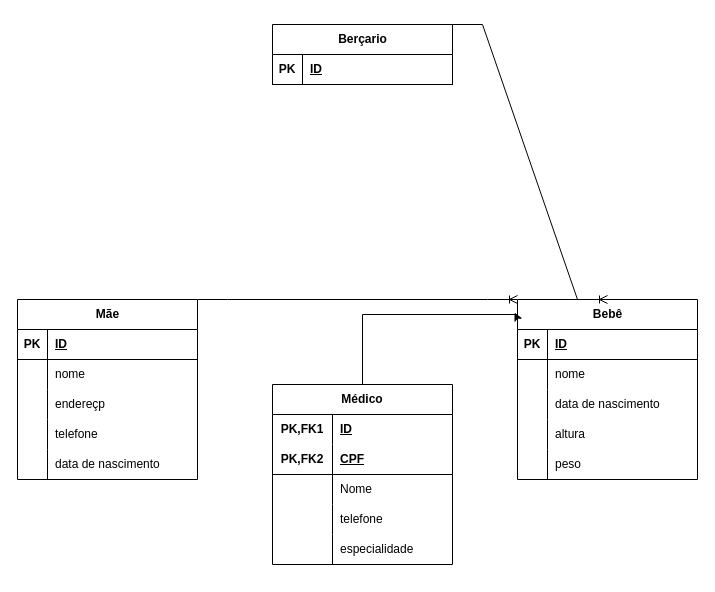
Earlier version of the draw.io diagram Berçario2.drawio (DarkDuck-VJ/BancoDados). Source tidied: cells renumbered, new cells numbered last; positions are measured from the earlier drawing's top-left corner, leaving out a move shared by most shapes. Both pictures are drawn from the tidied source at 100%, with x=0, y=0 at pixel (17, 24).
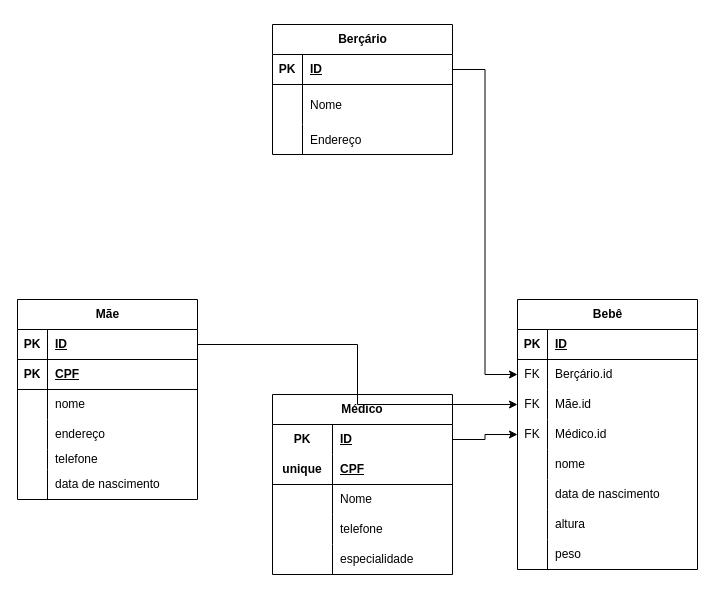
After the change.

The change refers to these unchanged cells:
```xml
<mxCell id="3" style="shape=tableRow;horizontal=0;startSize=0;swimlaneHead=0;swimlaneBody=0;fillColor=none;points=[[0,0.5],[1,0.5]];portConstraint=eastwest;top=0;left=0;right=0;bottom=1;" parent="2" vertex="1">
  <mxGeometry y="30" width="180" height="30" as="geometry" />
</mxCell>
<mxCell id="24" style="shape=tableRow;horizontal=0;startSize=0;swimlaneHead=0;swimlaneBody=0;fillColor=none;points=[[0,0.5],[1,0.5]];portConstraint=eastwest;top=0;left=0;right=0;bottom=1;" parent="23" vertex="1">
  <mxGeometry y="30" width="180" height="30" as="geometry" />
</mxCell>
<mxCell id="42" style="shape=tableRow;horizontal=0;startSize=0;swimlaneHead=0;swimlaneBody=0;fillColor=none;points=[[0,0.5],[1,0.5]];portConstraint=eastwest;top=0;left=0;right=0;bottom=0;html=1;" parent="41" vertex="1">
  <mxGeometry y="30" width="180" height="30" as="geometry" />
</mxCell>
<mxCell id="45" style="shape=tableRow;horizontal=0;startSize=0;swimlaneHead=0;swimlaneBody=0;fillColor=none;top=0;left=0;right=0;bottom=1;html=1;" parent="41" vertex="1">
  <mxGeometry y="60" width="180" height="30" as="geometry" />
</mxCell>
```

What changed in the source:
```diff
@@
-    <mxCell id="2" value="Berçario" style="shape=table;startSize=30;childLayout=tableLayout;rowLines=0;fontStyle=1;align=center;html=1;" parent="1" vertex="1">
-      <mxGeometry x="255" width="180" height="60" as="geometry" />
+    <mxCell id="2" value="Berçário" style="shape=table;startSize=30;childLayout=tableLayout;rowLines=0;fontStyle=1;align=center;html=1;" parent="1" vertex="1">
+      <mxGeometry x="255" width="180" height="130" as="geometry" />
     </mxCell>
@@
+    <mxCell id="57" style="shape=tableRow;horizontal=0;startSize=0;swimlaneHead=0;swimlaneBody=0;fillColor=none;top=0;left=0;right=0;bottom=0;" parent="2" vertex="1">
+      <mxGeometry y="60" width="180" height="40" as="geometry" />
+    </mxCell>
+    <mxCell id="58" style="shape=partialRectangle;fillColor=none;top=0;left=0;bottom=0;right=0;overflow=hidden;" parent="57" vertex="1">
+      <mxGeometry width="30" height="40" as="geometry" />
+    </mxCell>
+    <mxCell id="59" value="Nome" style="shape=partialRectangle;fillColor=none;top=0;left=0;bottom=0;right=0;align=left;spacingLeft=6;overflow=hidden;" parent="57" vertex="1">
+      <mxGeometry x="30" width="150" height="40" as="geometry" />
+    </mxCell>
+    <mxCell id="60" style="shape=tableRow;horizontal=0;startSize=0;swimlaneHead=0;swimlaneBody=0;fillColor=none;top=0;left=0;right=0;bottom=0;" parent="2" vertex="1">
+      <mxGeometry y="100" width="180" height="30" as="geometry" />
+    </mxCell>
+    <mxCell id="61" style="shape=partialRectangle;fillColor=none;top=0;left=0;bottom=0;right=0;overflow=hidden;" parent="60" vertex="1">
+      <mxGeometry width="30" height="30" as="geometry" />
+    </mxCell>
+    <mxCell id="62" value="Endereço" style="shape=partialRectangle;fillColor=none;top=0;left=0;bottom=0;right=0;align=left;spacingLeft=6;overflow=hidden;" parent="60" vertex="1">
+      <mxGeometry x="30" width="150" height="30" as="geometry" />
+    </mxCell>
     <mxCell id="6" value="Bebê" style="shape=table;startSize=30;childLayout=tableLayout;rowLines=0;fontStyle=1;align=center;html=1;" parent="1" vertex="1">
-      <mxGeometry x="500" y="275" width="180" height="180" as="geometry" />
+      <mxGeometry x="500" y="275" width="180" height="270" as="geometry" />
     </mxCell>
@@
+    <mxCell id="63" style="shape=tableRow;horizontal=0;startSize=0;swimlaneHead=0;swimlaneBody=0;fillColor=none;points=[[0,0.5],[1,0.5]];portConstraint=eastwest;top=0;left=0;right=0;bottom=0;" parent="6" vertex="1">
+      <mxGeometry y="60" width="180" height="30" as="geometry" />
+    </mxCell>
+    <mxCell id="64" value="FK" style="shape=partialRectangle;fillColor=none;top=0;left=0;bottom=0;right=0;fontStyle=0;overflow=hidden;whiteSpace=wrap;html=1;" parent="63" vertex="1">
+      <mxGeometry width="30" height="30" as="geometry" />
+    </mxCell>
+    <mxCell id="65" value="Berçário.id" style="shape=partialRectangle;fillColor=none;top=0;left=0;bottom=0;right=0;align=left;spacingLeft=6;fontStyle=0;overflow=hidden;whiteSpace=wrap;html=1;" parent="63" vertex="1">
+      <mxGeometry x="30" width="150" height="30" as="geometry" />
+    </mxCell>
+    <mxCell id="66" style="shape=tableRow;horizontal=0;startSize=0;swimlaneHead=0;swimlaneBody=0;fillColor=none;points=[[0,0.5],[1,0.5]];portConstraint=eastwest;top=0;left=0;right=0;bottom=0;" parent="6" vertex="1">
+      <mxGeometry y="90" width="180" height="30" as="geometry" />
+    </mxCell>
+    <mxCell id="67" value="FK" style="shape=partialRectangle;fillColor=none;top=0;left=0;bottom=0;right=0;fontStyle=0;overflow=hidden;whiteSpace=wrap;html=1;" parent="66" vertex="1">
+      <mxGeometry width="30" height="30" as="geometry" />
+    </mxCell>
+    <mxCell id="68" value="Mãe.id" style="shape=partialRectangle;fillColor=none;top=0;left=0;bottom=0;right=0;align=left;spacingLeft=6;fontStyle=0;overflow=hidden;whiteSpace=wrap;html=1;" parent="66" vertex="1">
+      <mxGeometry x="30" width="150" height="30" as="geometry" />
+    </mxCell>
+    <mxCell id="69" style="shape=tableRow;horizontal=0;startSize=0;swimlaneHead=0;swimlaneBody=0;fillColor=none;points=[[0,0.5],[1,0.5]];portConstraint=eastwest;top=0;left=0;right=0;bottom=0;" parent="6" vertex="1">
+      <mxGeometry y="120" width="180" height="30" as="geometry" />
+    </mxCell>
+    <mxCell id="70" value="FK" style="shape=partialRectangle;fillColor=none;top=0;left=0;bottom=0;right=0;fontStyle=0;overflow=hidden;whiteSpace=wrap;html=1;" parent="69" vertex="1">
+      <mxGeometry width="30" height="30" as="geometry" />
+    </mxCell>
+    <mxCell id="71" value="Médico.id" style="shape=partialRectangle;fillColor=none;top=0;left=0;bottom=0;right=0;align=left;spacingLeft=6;fontStyle=0;overflow=hidden;whiteSpace=wrap;html=1;" parent="69" vertex="1">
+      <mxGeometry x="30" width="150" height="30" as="geometry" />
+    </mxCell>
     <mxCell id="10" style="shape=tableRow;horizontal=0;startSize=0;swimlaneHead=0;swimlaneBody=0;fillColor=none;top=0;left=0;right=0;bottom=0;" parent="6" vertex="1">
-      <mxGeometry y="60" width="180" height="30" as="geometry" />
+      <mxGeometry y="150" width="180" height="30" as="geometry" />
     </mxCell>
@@
     <mxCell id="13" style="shape=tableRow;horizontal=0;startSize=0;swimlaneHead=0;swimlaneBody=0;fillColor=none;top=0;left=0;right=0;bottom=0;" parent="6" vertex="1">
-      <mxGeometry y="90" width="180" height="30" as="geometry" />
+      <mxGeometry y="180" width="180" height="30" as="geometry" />
     </mxCell>
@@
     <mxCell id="16" style="shape=tableRow;horizontal=0;startSize=0;swimlaneHead=0;swimlaneBody=0;fillColor=none;top=0;left=0;right=0;bottom=0;" parent="6" vertex="1">
-      <mxGeometry y="120" width="180" height="30" as="geometry" />
+      <mxGeometry y="210" width="180" height="30" as="geometry" />
     </mxCell>
@@
     <mxCell id="19" style="shape=tableRow;horizontal=0;startSize=0;swimlaneHead=0;swimlaneBody=0;fillColor=none;top=0;left=0;right=0;bottom=0;" parent="6" vertex="1">
-      <mxGeometry y="150" width="180" height="30" as="geometry" />
+      <mxGeometry y="240" width="180" height="30" as="geometry" />
     </mxCell>
@@
-    <mxCell id="22" style="edgeStyle=entityRelationEdgeStyle;fontSize=12;html=1;endArrow=ERoneToMany;rounded=0;exitX=1;exitY=0;exitDx=0;exitDy=0;entryX=0.5;entryY=0;entryDx=0;entryDy=0;" parent="1" edge="1" source="2" target="6">
-      <mxGeometry relative="1" as="geometry">
-        <Array as="points">
-          <mxPoint x="630" y="60" />
-          <mxPoint x="570" y="250" />
-          <mxPoint x="520" y="210" />
-        </Array>
-      </mxGeometry>
-    </mxCell>
     <mxCell id="23" value="Mãe" style="shape=table;startSize=30;childLayout=tableLayout;rowLines=0;fontStyle=1;align=center;html=1;" parent="1" vertex="1">
-      <mxGeometry y="275" width="180" height="180" as="geometry" />
+      <mxGeometry y="275" width="180" height="200" as="geometry" />
     </mxCell>
@@
+    <mxCell id="72" style="shape=tableRow;horizontal=0;startSize=0;swimlaneHead=0;swimlaneBody=0;fillColor=none;top=0;left=0;right=0;bottom=1;" parent="23" vertex="1">
+      <mxGeometry y="60" width="180" height="30" as="geometry" />
+    </mxCell>
+    <mxCell id="73" value="PK" style="shape=partialRectangle;fillColor=none;top=0;left=0;bottom=0;right=0;fontStyle=1;overflow=hidden;whiteSpace=wrap;html=1;" parent="72" vertex="1">
+      <mxGeometry width="30" height="30" as="geometry" />
+    </mxCell>
+    <mxCell id="74" value="CPF" style="shape=partialRectangle;fillColor=none;top=0;left=0;bottom=0;right=0;align=left;spacingLeft=6;fontStyle=5;overflow=hidden;whiteSpace=wrap;html=1;" parent="72" vertex="1">
+      <mxGeometry x="30" width="150" height="30" as="geometry" />
+    </mxCell>
     <mxCell id="27" style="shape=tableRow;horizontal=0;startSize=0;swimlaneHead=0;swimlaneBody=0;fillColor=none;top=0;left=0;right=0;bottom=0;" parent="23" vertex="1">
-      <mxGeometry y="60" width="180" height="30" as="geometry" />
+      <mxGeometry y="90" width="180" height="30" as="geometry" />
     </mxCell>
@@
     <mxCell id="30" style="shape=tableRow;horizontal=0;startSize=0;swimlaneHead=0;swimlaneBody=0;fillColor=none;top=0;left=0;right=0;bottom=0;" parent="23" vertex="1">
-      <mxGeometry y="90" width="180" height="30" as="geometry" />
+      <mxGeometry y="120" width="180" height="30" as="geometry" />
     </mxCell>
@@
-    <mxCell id="32" value="endereçp" style="shape=partialRectangle;fillColor=none;top=0;left=0;bottom=0;right=0;align=left;spacingLeft=6;overflow=hidden;whiteSpace=wrap;html=1;" parent="30" vertex="1">
+    <mxCell id="32" value="endereço" style="shape=partialRectangle;fillColor=none;top=0;left=0;bottom=0;right=0;align=left;spacingLeft=6;overflow=hidden;whiteSpace=wrap;html=1;" parent="30" vertex="1">
       <mxGeometry x="30" width="150" height="30" as="geometry" />
     </mxCell>
     <mxCell id="33" style="shape=tableRow;horizontal=0;startSize=0;swimlaneHead=0;swimlaneBody=0;fillColor=none;top=0;left=0;right=0;bottom=0;" parent="23" vertex="1">
-      <mxGeometry y="120" width="180" height="30" as="geometry" />
+      <mxGeometry y="150" width="180" height="20" as="geometry" />
     </mxCell>
     <mxCell id="34" style="shape=partialRectangle;fillColor=none;top=0;left=0;bottom=0;right=0;overflow=hidden;whiteSpace=wrap;html=1;" parent="33" vertex="1">
-      <mxGeometry width="30" height="30" as="geometry" />
+      <mxGeometry width="30" height="20" as="geometry" />
     </mxCell>
     <mxCell id="35" value="telefone" style="shape=partialRectangle;fillColor=none;top=0;left=0;bottom=0;right=0;align=left;spacingLeft=6;overflow=hidden;whiteSpace=wrap;html=1;" parent="33" vertex="1">
-      <mxGeometry x="30" width="150" height="30" as="geometry" />
+      <mxGeometry x="30" width="150" height="20" as="geometry" />
     </mxCell>
     <mxCell id="36" style="shape=tableRow;horizontal=0;startSize=0;swimlaneHead=0;swimlaneBody=0;fillColor=none;top=0;left=0;right=0;bottom=0;" parent="23" vertex="1">
-      <mxGeometry y="150" width="180" height="30" as="geometry" />
+      <mxGeometry y="170" width="180" height="30" as="geometry" />
     </mxCell>
@@
-    <mxCell id="39" style="edgeStyle=entityRelationEdgeStyle;fontSize=12;html=1;endArrow=ERoneToMany;rounded=0;exitX=1;exitY=0;exitDx=0;exitDy=0;entryX=0;entryY=0;entryDx=0;entryDy=0;" parent="1" edge="1" source="23" target="6">
-      <mxGeometry relative="1" as="geometry">
-        <Array as="points">
-          <mxPoint x="350" y="430" />
-          <mxPoint x="350" y="430" />
-        </Array>
-      </mxGeometry>
-    </mxCell>
-    <mxCell id="40" style="edgeStyle=orthogonalEdgeStyle;rounded=0;jettySize=auto;html=1;exitX=0.5;exitY=0;exitDx=0;exitDy=0;" parent="1" edge="1" source="41">
-      <mxGeometry relative="1" as="geometry">
-        <mxPoint x="497" y="288" as="targetPoint" />
-        <Array as="points">
-          <mxPoint x="345" y="290" />
-          <mxPoint x="498" y="290" />
-        </Array>
-      </mxGeometry>
-    </mxCell>
     <mxCell id="41" value="Médico" style="shape=table;startSize=30;childLayout=tableLayout;rowLines=0;fontStyle=1;align=center;html=1;whiteSpace=wrap;" parent="1" vertex="1">
-      <mxGeometry x="255" y="360" width="180" height="180" as="geometry" />
+      <mxGeometry x="255" y="370" width="180" height="180" as="geometry" />
     </mxCell>
@@
-    <mxCell id="43" value="PK,FK1" style="shape=partialRectangle;fillColor=none;top=0;left=0;bottom=0;right=0;fontStyle=1;overflow=hidden;html=1;whiteSpace=wrap;" parent="42" vertex="1">
+    <mxCell id="43" value="PK" style="shape=partialRectangle;fillColor=none;top=0;left=0;bottom=0;right=0;fontStyle=1;overflow=hidden;html=1;whiteSpace=wrap;" parent="42" vertex="1">
       <mxGeometry width="60" height="30" as="geometry" />
     </mxCell>
@@
-    <mxCell id="46" value="PK,FK2" style="shape=partialRectangle;fillColor=none;top=0;left=0;bottom=0;right=0;fontStyle=1;overflow=hidden;html=1;whiteSpace=wrap;" parent="45" vertex="1">
+    <mxCell id="46" value="unique" style="shape=partialRectangle;fillColor=none;top=0;left=0;bottom=0;right=0;fontStyle=1;overflow=hidden;html=1;whiteSpace=wrap;" parent="45" vertex="1">
       <mxGeometry width="60" height="30" as="geometry" />
     </mxCell>
@@
+    <mxCell id="75" style="edgeStyle=orthogonalEdgeStyle;rounded=0;jettySize=auto;html=1;exitX=1;exitY=0.5;exitDx=0;exitDy=0;entryX=0;entryY=0.5;entryDx=0;entryDy=0;" parent="1" edge="1" source="24" target="66">
+      <mxGeometry relative="1" as="geometry" />
+    </mxCell>
+    <mxCell id="76" style="edgeStyle=orthogonalEdgeStyle;rounded=0;jettySize=auto;html=1;exitX=1;exitY=0.5;exitDx=0;exitDy=0;entryX=0;entryY=0.5;entryDx=0;entryDy=0;" parent="1" edge="1" source="42" target="69">
+      <mxGeometry relative="1" as="geometry" />
+    </mxCell>
+    <mxCell id="77" style="edgeStyle=orthogonalEdgeStyle;rounded=0;jettySize=auto;html=1;exitX=1;exitY=0.5;exitDx=0;exitDy=0;entryX=0;entryY=0.5;entryDx=0;entryDy=0;" parent="1" edge="1" source="3" target="63">
+      <mxGeometry relative="1" as="geometry" />
+    </mxCell>
```
